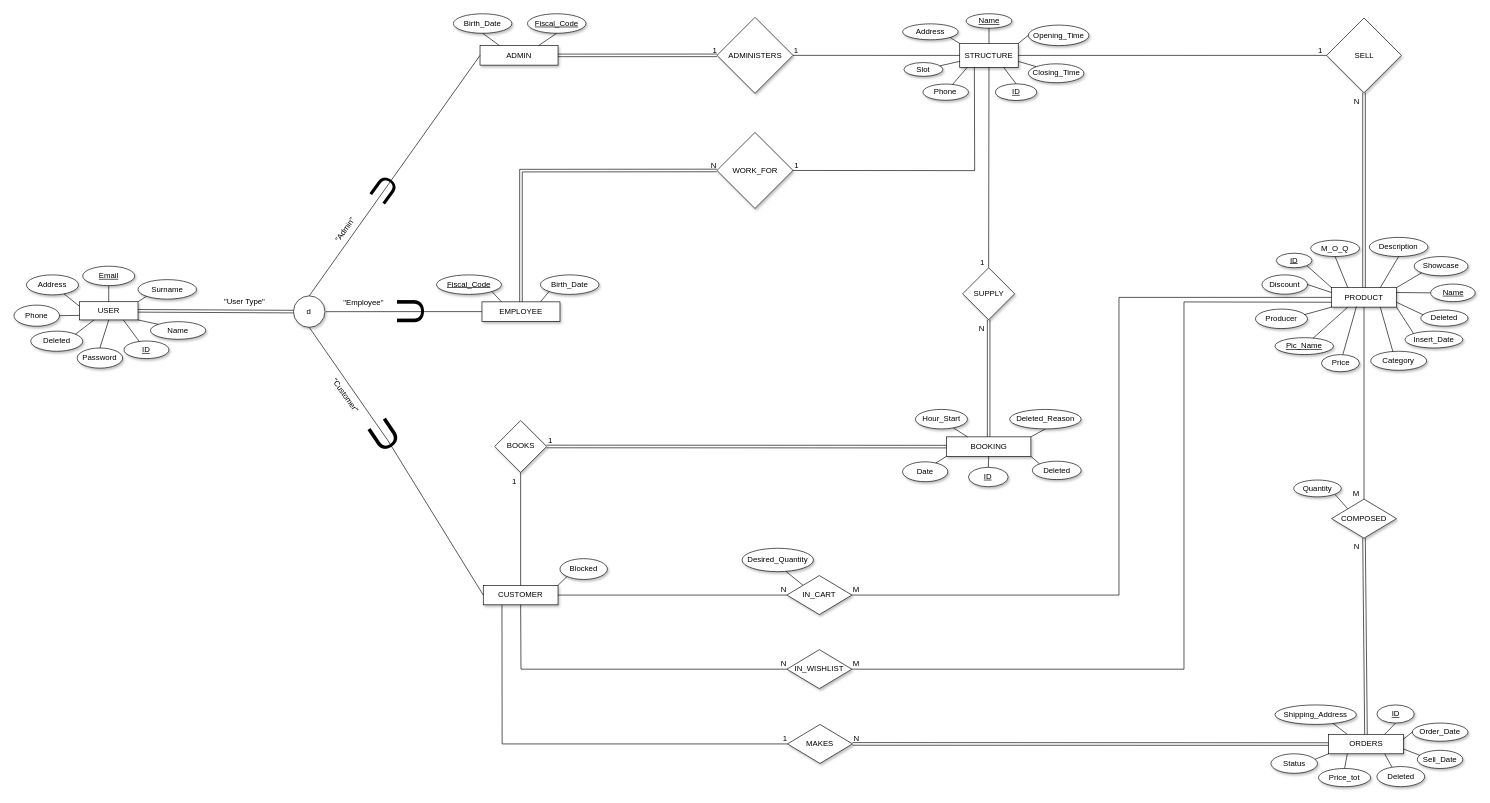
Before: db/FINAL_EER.drawio in lilpilgit/Barber, a draw.io diagram. Source tidied: cells renumbered, new cells numbered last; positions are measured from the earlier drawing's top-left corner, leaving out a move shared by most shapes. Both pictures are drawn from the tidied source at 65%, with x=0, y=0 at pixel (14, 14).
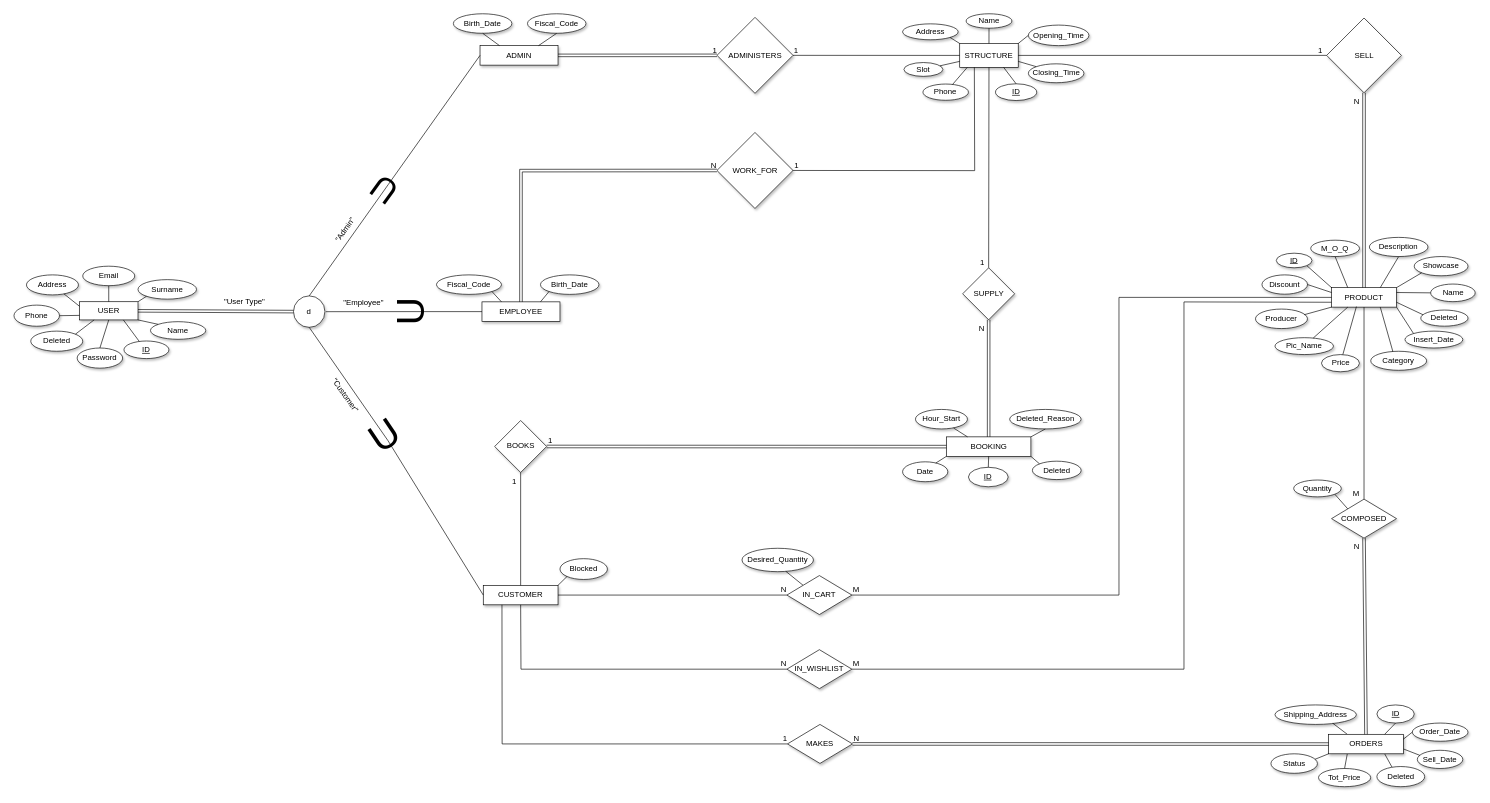
Above is the later version.

The edit, as a diff of the source:
```diff
@@
-    <mxCell id="17" value="Fiscal_Code" style="ellipse;whiteSpace=wrap;html=1;shadow=1;fontStyle=4;" parent="1" vertex="1">
+    <mxCell id="17" value="Fiscal_Code" style="ellipse;whiteSpace=wrap;html=1;shadow=1;fontStyle=0;" parent="1" vertex="1">
       <mxGeometry x="650" y="401.4" width="100" height="30" as="geometry" />
     </mxCell>
@@
-    <mxCell id="21" value="Email" style="ellipse;whiteSpace=wrap;html=1;shadow=1;fontStyle=4;" parent="1" vertex="1">
+    <mxCell id="21" value="Email" style="ellipse;whiteSpace=wrap;html=1;shadow=1;fontStyle=0;" parent="1" vertex="1">
       <mxGeometry x="105.8" y="388" width="80" height="30" as="geometry" />
     </mxCell>
@@
-    <mxCell id="43" value="&lt;u&gt;Name&lt;/u&gt;" style="ellipse;whiteSpace=wrap;html=1;shadow=1;" parent="1" vertex="1">
+    <mxCell id="43" value="Name" style="ellipse;whiteSpace=wrap;html=1;shadow=1;" parent="1" vertex="1">
       <mxGeometry x="1464.8" y="-0.3" width="70.5" height="22.2" as="geometry" />
     </mxCell>
@@
-    <mxCell id="46" value="&lt;u&gt;Name&lt;/u&gt;" style="ellipse;whiteSpace=wrap;html=1;shadow=1;" parent="1" vertex="1">
+    <mxCell id="46" value="Name" style="ellipse;whiteSpace=wrap;html=1;shadow=1;" parent="1" vertex="1">
       <mxGeometry x="2179.5" y="415.5" width="68.5" height="27.1" as="geometry" />
     </mxCell>
@@
-    <mxCell id="90" value="Fiscal_Code" style="ellipse;whiteSpace=wrap;html=1;shadow=1;fontStyle=4;" parent="1" vertex="1">
+    <mxCell id="90" value="Fiscal_Code" style="ellipse;whiteSpace=wrap;html=1;shadow=1;fontStyle=0;" parent="1" vertex="1">
       <mxGeometry x="790" y="-0.3" width="90" height="30" as="geometry" />
     </mxCell>
@@
-    <mxCell id="95" value="&lt;u&gt;Pic_Name&lt;/u&gt;" style="ellipse;whiteSpace=wrap;html=1;shadow=1;" parent="1" vertex="1">
+    <mxCell id="95" value="Pic_Name" style="ellipse;whiteSpace=wrap;html=1;shadow=1;" parent="1" vertex="1">
       <mxGeometry x="1940" y="498" width="90" height="26" as="geometry" />
     </mxCell>
@@
-    <mxCell id="128" value="Price_tot" style="ellipse;whiteSpace=wrap;html=1;shadow=1;" parent="1" vertex="1">
+    <mxCell id="128" value="Tot_Price" style="ellipse;whiteSpace=wrap;html=1;shadow=1;" parent="1" vertex="1">
       <mxGeometry x="2007" y="1160.8" width="80.2" height="28" as="geometry" />
     </mxCell>
```
